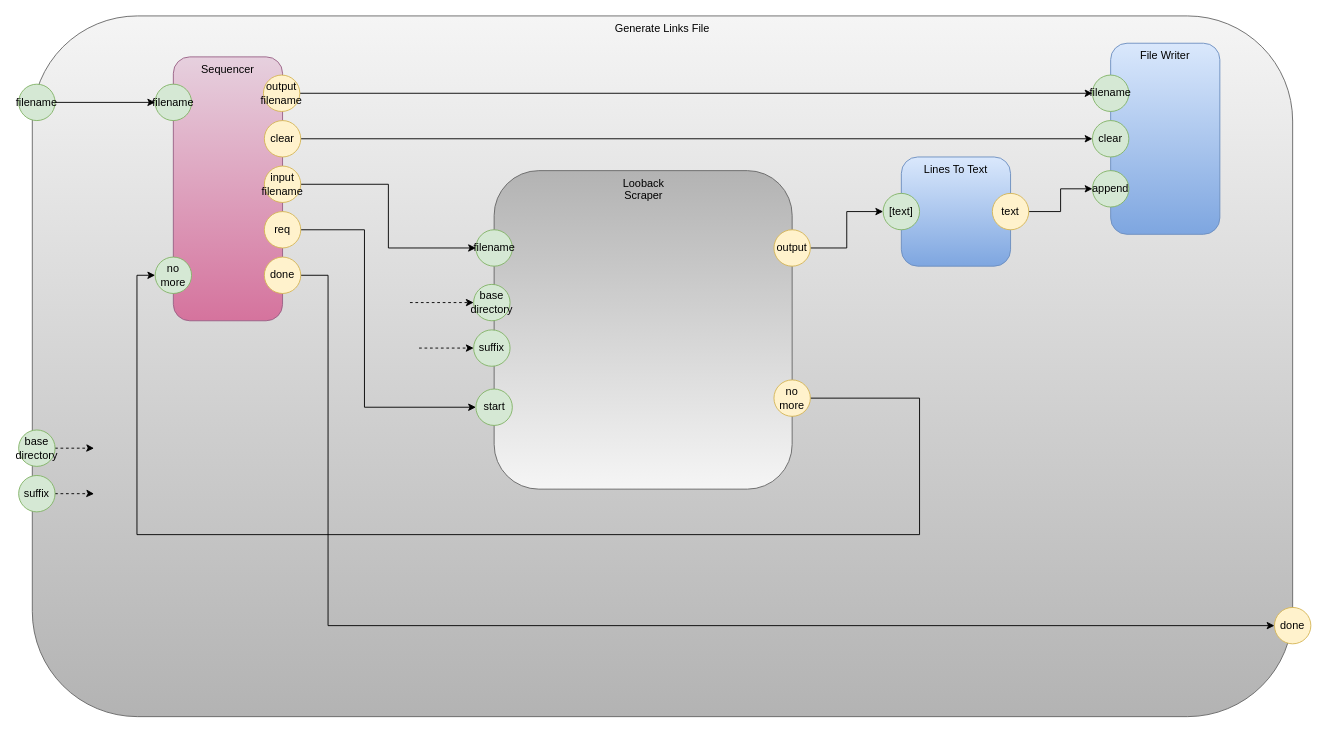
Before: page "Generate Links File" (6 of 9) of pm-copy.drawio in guitarvydas/pypm, a draw.io diagram. Source tidied: cells renumbered, new cells numbered last; positions are measured from the earlier drawing's top-left corner, leaving out a move shared by most shapes. Both pictures are drawn from the tidied source at 91%, with x=0, y=0 at pixel (18, 15).
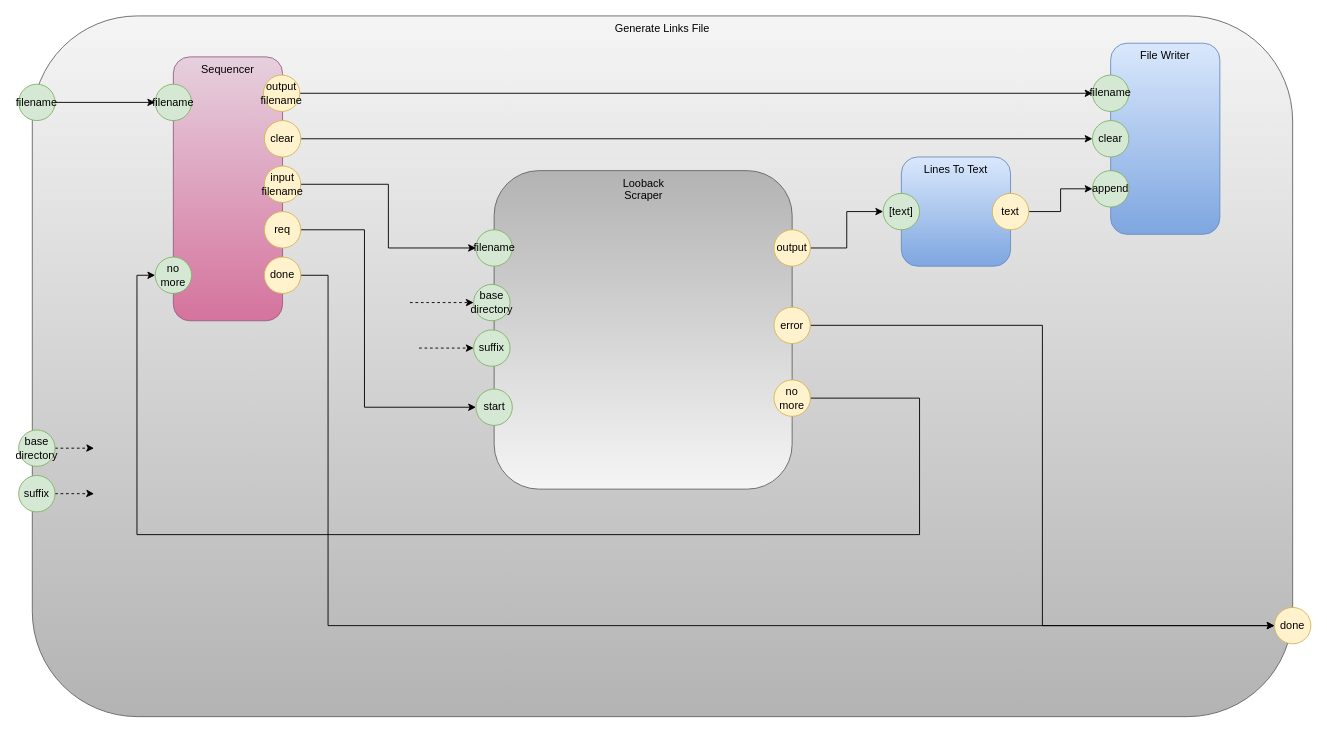
After the change.

Commit message (it also covers changes not shown here):
edit error message

Unchanged cells that the change refers to:
```xml
<mxCell id="28" value="done" style="ellipse;whiteSpace=wrap;html=1;fillColor=#fff2cc;strokeColor=#d6b656;" parent="1" vertex="1">
  <mxGeometry x="1380" y="650" width="40" height="40" as="geometry" />
</mxCell>
```

Change to the diagram source:
```diff
@@
+    <mxCell id="43" style="edgeStyle=orthogonalEdgeStyle;rounded=0;jettySize=auto;html=1;exitX=1;exitY=0.5;exitDx=0;exitDy=0;entryX=0;entryY=0.5;entryDx=0;entryDy=0;" parent="1" edge="1" source="44" target="28">
+      <mxGeometry relative="1" as="geometry" />
+    </mxCell>
+    <mxCell id="44" value="error" style="ellipse;whiteSpace=wrap;html=1;fillColor=#fff2cc;strokeColor=#d6b656;" parent="1" vertex="1">
+      <mxGeometry x="830" y="320" width="40" height="40" as="geometry" />
+    </mxCell>
```
